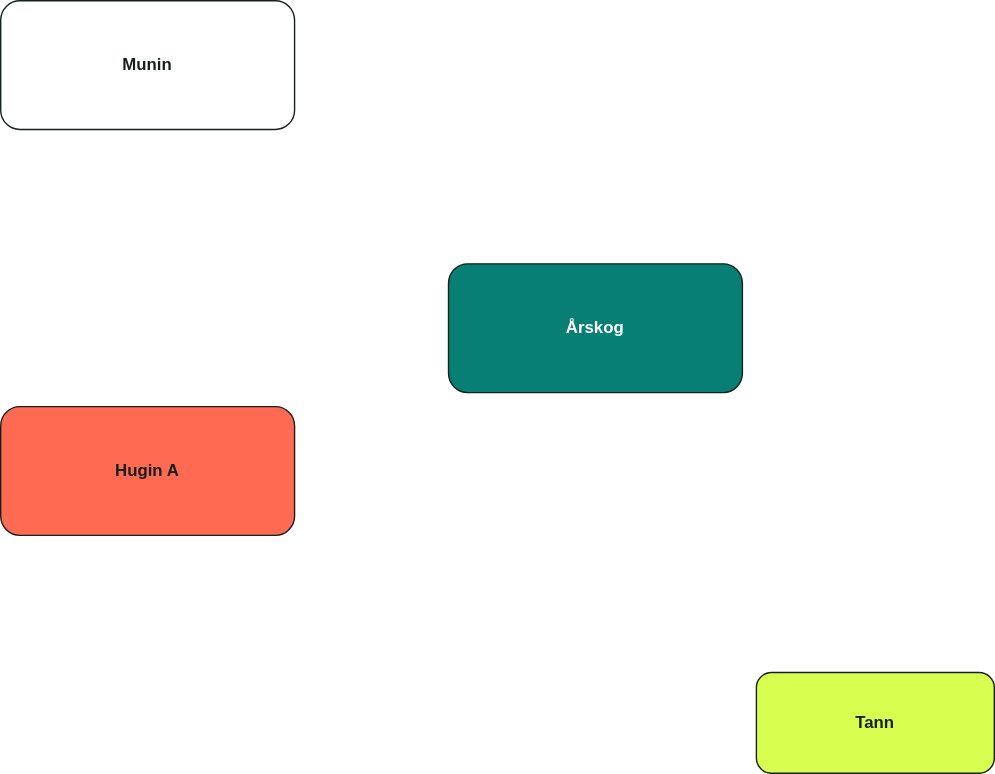
This is diagrams/architecture.drawio.svg from simonrii-abp/demo-drawio, a draw.io export, as it was before one commit. Source tidied: cells renumbered, new cells last; positions are measured from the earlier drawing's top-left corner, leaving out a move shared by most shapes.
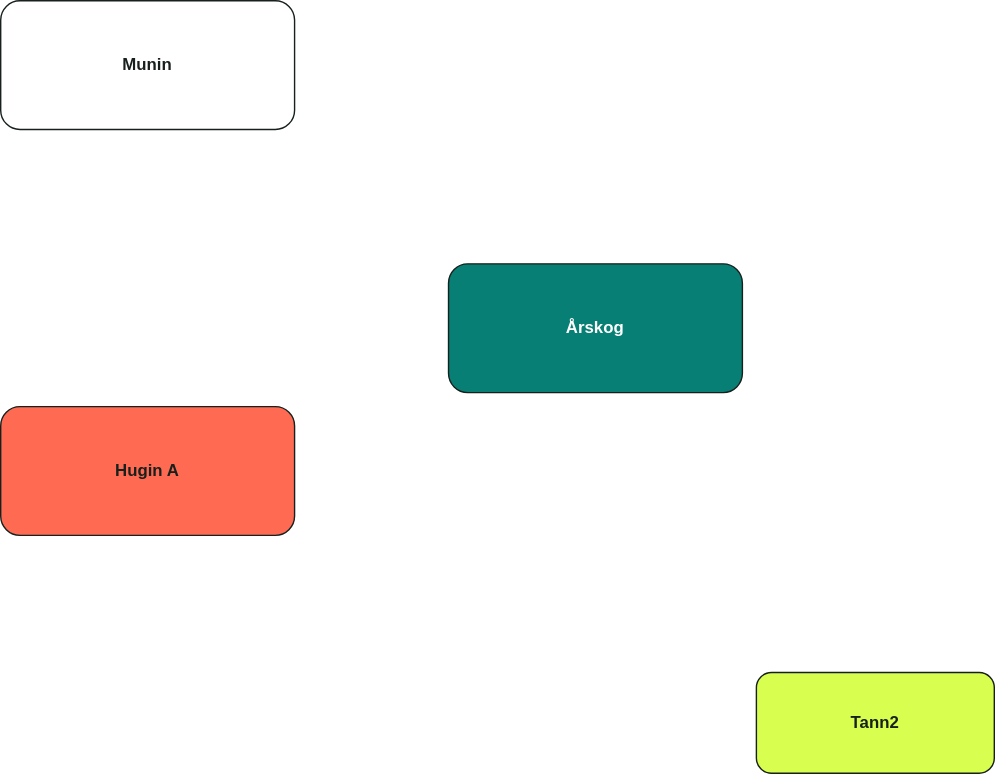
After the commit.

Commit message:
update architecture diagram in SVG to correct label from 'Tann' to 'Tann2'

Diff of the diagram source:
```diff
@@ -2,7 +2,7 @@
   <root>
     <mxCell id="0" />
     <mxCell id="1" parent="0" />
-    <mxCell id="2" value="Tann" style="rounded=1;whiteSpace=wrap;html=1;fillColor=#d8ff4f;strokeColor=#17201d;fontColor=#17201d;fontStyle=1;" parent="1" vertex="1">
+    <mxCell id="2" value="Tann2" style="rounded=1;whiteSpace=wrap;html=1;fillColor=#d8ff4f;strokeColor=#17201d;fontColor=#17201d;fontStyle=1;" parent="1" vertex="1">
       <mxGeometry x="540" y="480" width="170" height="72" as="geometry" />
     </mxCell>
     <mxCell id="3" value="Munin" style="rounded=1;whiteSpace=wrap;html=1;fillColor=#ffffff;strokeColor=#17201d;fontColor=#17201d;fontStyle=1;" parent="1" vertex="1">
```
